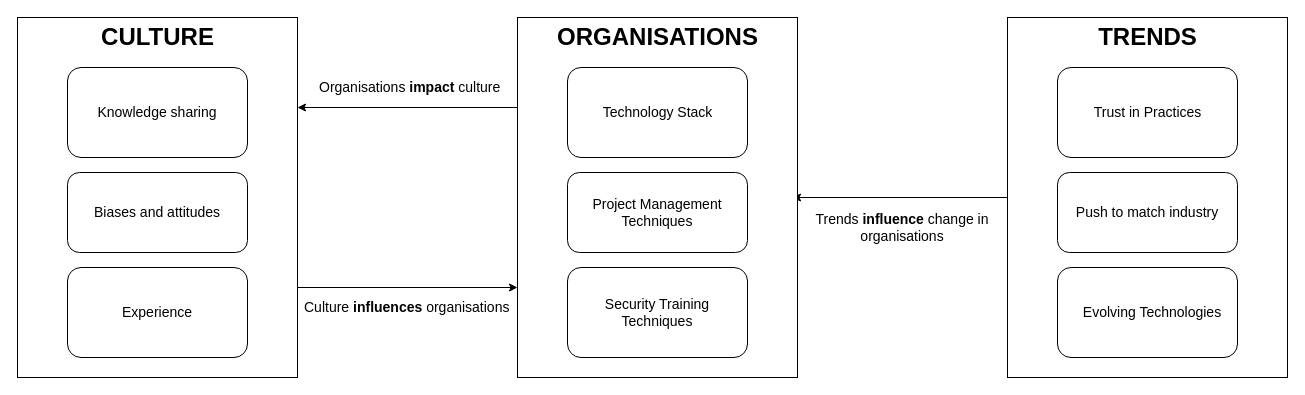
sajwanlava/ENGR489 keeps this draw.io diagram as reports/final/Emergent_Theory_Diagram.drawio. Above is the earlier version. Source tidied: cells renumbered, new cells numbered last; positions are measured from the earlier drawing's top-left corner, leaving out a move shared by most shapes. Both pictures are drawn from the tidied source at 100%, with x=0, y=0 at pixel (17, 17).
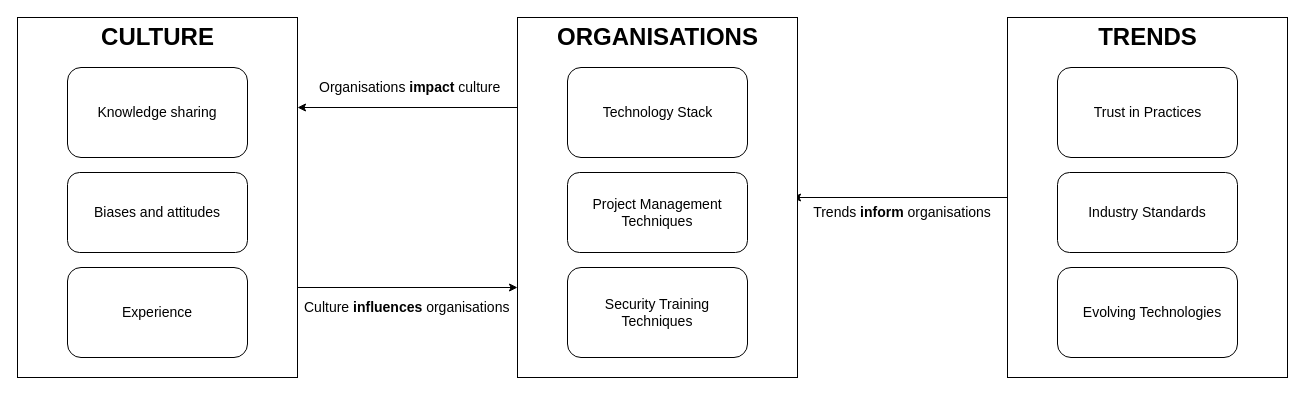
Above is the later version.

Change to the diagram source:
```diff
@@
-    <mxCell id="11" value="&lt;font style=&quot;font-size: 14px&quot;&gt;Trends &lt;b&gt;influence&lt;/b&gt; change in organisations&lt;/font&gt;" style="text;html=1;strokeColor=none;fillColor=none;align=center;verticalAlign=middle;whiteSpace=wrap;rounded=0;" parent="1" vertex="1">
-      <mxGeometry x="780" y="200" width="210" height="20" as="geometry" />
+    <mxCell id="11" value="&lt;font style=&quot;font-size: 14px&quot;&gt;Trends &lt;b&gt;inform&lt;/b&gt;&amp;nbsp;organisations&lt;/font&gt;" style="text;html=1;strokeColor=none;fillColor=none;align=center;verticalAlign=middle;whiteSpace=wrap;rounded=0;" parent="1" vertex="1">
+      <mxGeometry x="780" y="185" width="210" height="20" as="geometry" />
     </mxCell>
@@
-    <mxCell id="26" value="&lt;font style=&quot;font-size: 14px&quot;&gt;Push to match industry&lt;/font&gt;" style="text;html=1;strokeColor=none;fillColor=none;align=center;verticalAlign=middle;whiteSpace=wrap;rounded=0;" parent="1" vertex="1">
+    <mxCell id="26" value="&lt;font style=&quot;font-size: 14px&quot;&gt;Industry Standards&lt;/font&gt;" style="text;html=1;strokeColor=none;fillColor=none;align=center;verticalAlign=middle;whiteSpace=wrap;rounded=0;" parent="1" vertex="1">
       <mxGeometry x="1050" y="185" width="160" height="20" as="geometry" />
     </mxCell>
```
